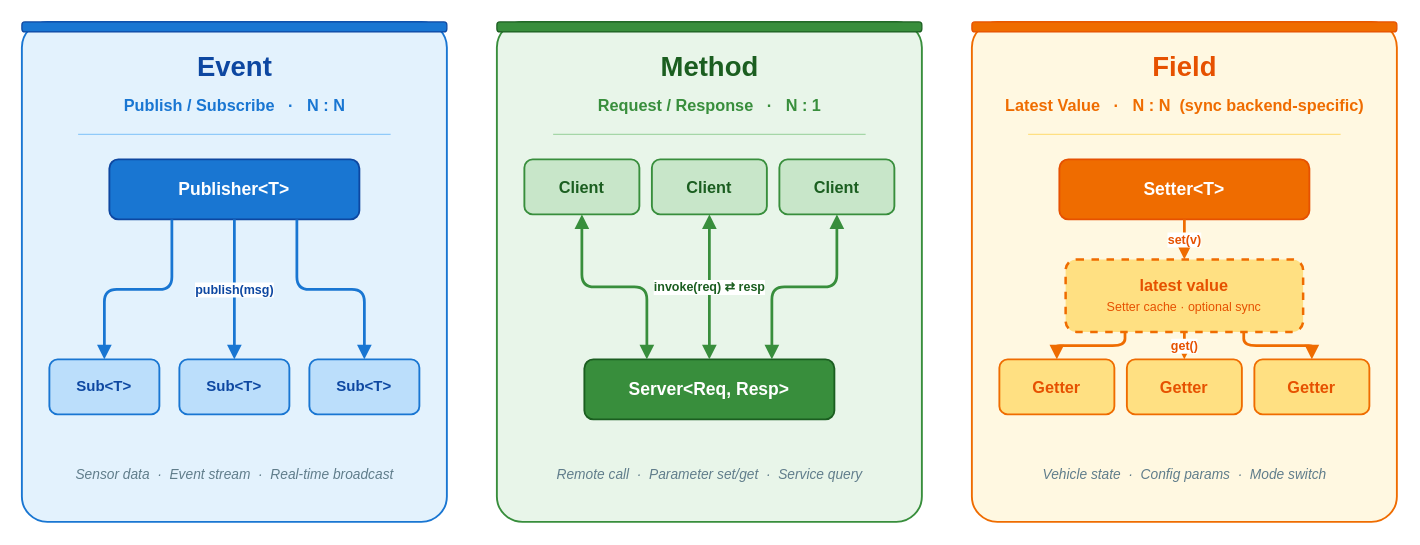
The draw.io diagram doc/images/readme-communication-models.drawio in thun-res/vlink, before the edit. Source tidied: cells renumbered, new cells numbered last; positions are measured from the earlier drawing's top-left corner, leaving out a move shared by most shapes. Both pictures are drawn from the tidied source at 125%, with x=0, y=0 at pixel (21, 21).
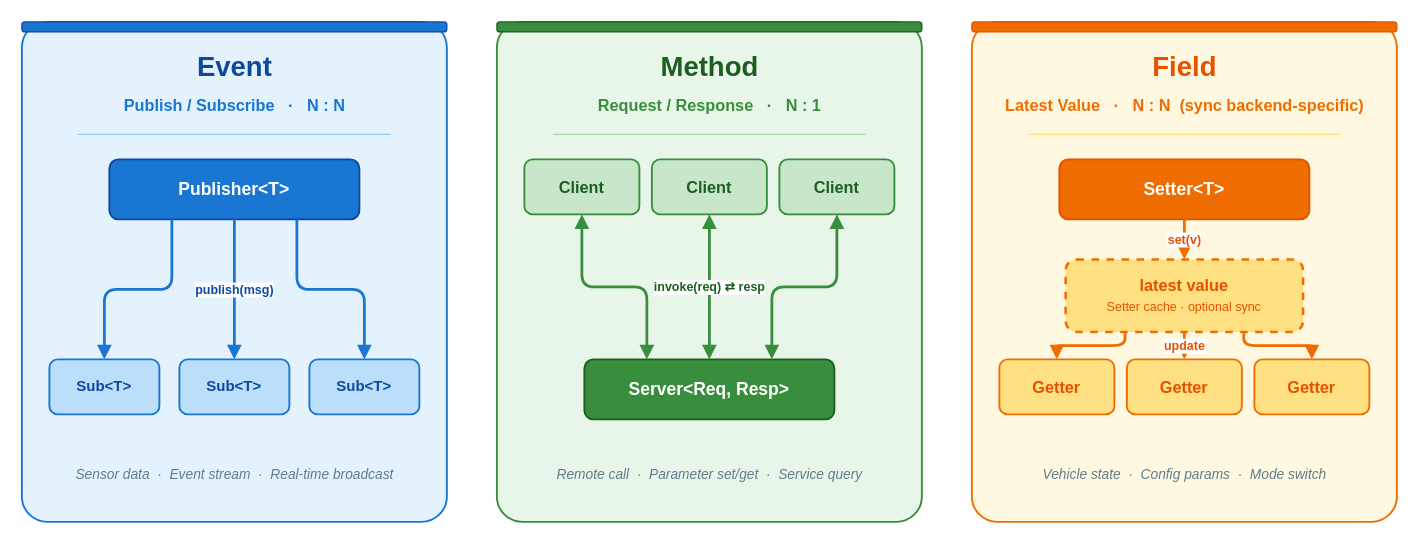
The same diagram, later.

Unchanged cells that the change refers to:
```xml
<mxCell id="34" value="&lt;b&gt;latest value&lt;/b&gt;&lt;br/&gt;&lt;span style=&quot;font-size:10px&quot;&gt;Setter cache · optional sync&lt;/span&gt;" style="rounded=1;whiteSpace=wrap;html=1;fillColor=#ffe082;strokeColor=#ef6c00;strokeWidth=2;dashed=1;fontSize=13;fontColor=#e65100;fontFamily=Helvetica;" parent="1" vertex="1">
  <mxGeometry x="835" y="190" width="190" height="58" as="geometry" />
</mxCell>
<mxCell id="36" value="&lt;b&gt;Getter&lt;/b&gt;" style="rounded=1;whiteSpace=wrap;html=1;fillColor=#ffe082;strokeColor=#ef6c00;strokeWidth=1.5;fontSize=13;fontFamily=Helvetica;fontStyle=1;fontColor=#e65100;shadow=0;" parent="1" vertex="1">
  <mxGeometry x="884" y="270" width="92" height="44" as="geometry" />
</mxCell>
```

What changed in the source:
```diff
@@
-    <mxCell id="40" value="&lt;b&gt;get()&lt;/b&gt;" style="edgeStyle=orthogonalEdgeStyle;endArrow=block;endFill=1;html=1;strokeWidth=2.2;strokeColor=#ef6c00;fontSize=10;fontColor=#e65100;fontFamily=Helvetica;exitX=0.5;exitY=1;exitDx=0;exitDy=0;entryX=0.5;entryY=0;entryDx=0;entryDy=0;rounded=1;labelBackgroundColor=#ffffff;" parent="1" edge="1" source="34" target="36">
+    <mxCell id="40" value="&lt;b&gt;update&lt;/b&gt;" style="edgeStyle=orthogonalEdgeStyle;endArrow=block;endFill=1;html=1;strokeWidth=2.2;strokeColor=#ef6c00;fontSize=10;fontColor=#e65100;fontFamily=Helvetica;exitX=0.5;exitY=1;exitDx=0;exitDy=0;entryX=0.5;entryY=0;entryDx=0;entryDy=0;rounded=1;labelBackgroundColor=#ffffff;" parent="1" edge="1" source="34" target="36">
       <mxGeometry relative="1" as="geometry" />
     </mxCell>
```
